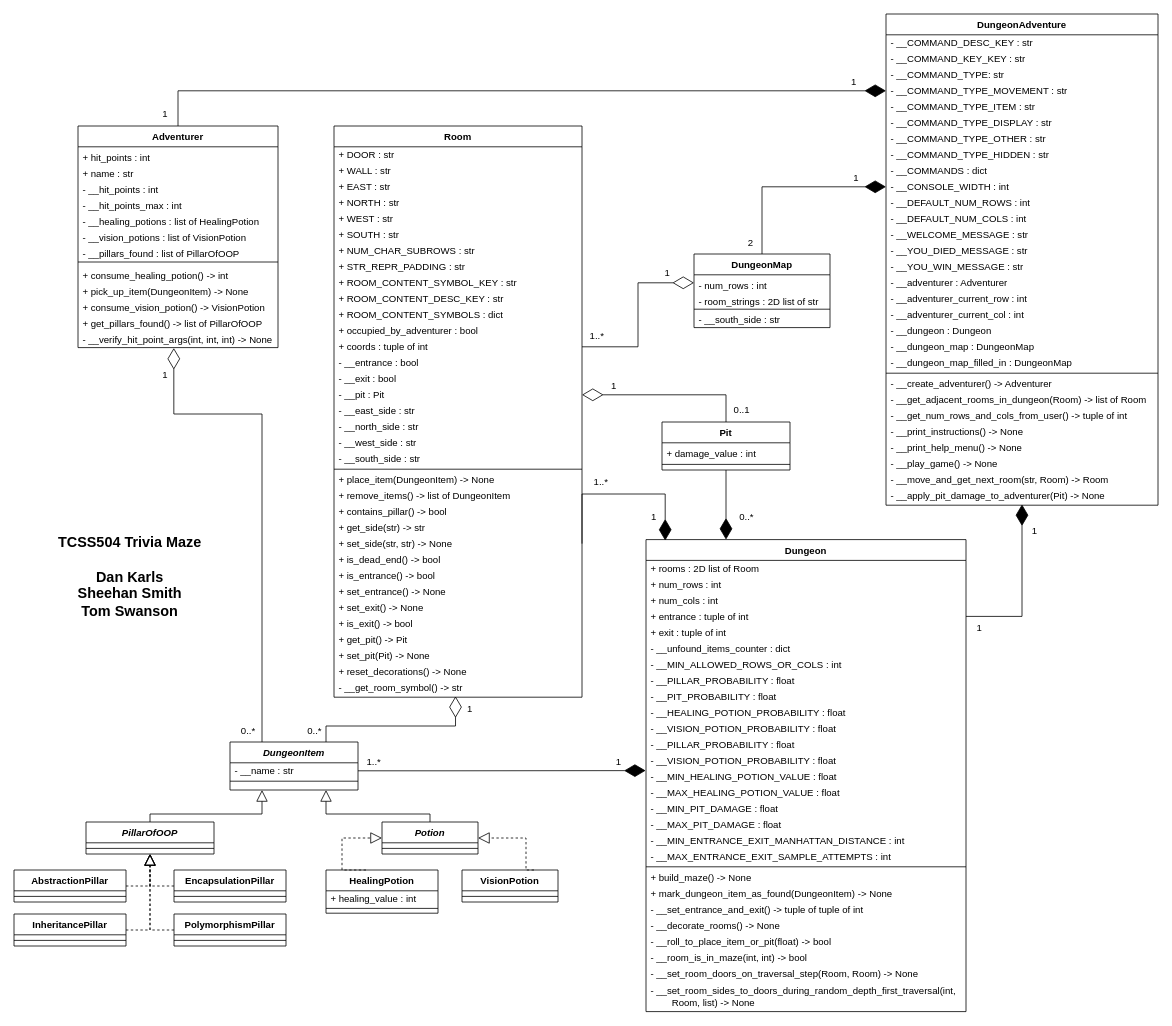
Earlier version of the draw.io diagram doc/UML.drawio (dskarls/TCSS504-Trivia-Maze). Source tidied: cells renumbered, new cells numbered last; positions are measured from the earlier drawing's top-left corner, leaving out a move shared by most shapes. Both pictures are drawn from the tidied source at 80%, with x=0, y=0 at pixel (14, 14).
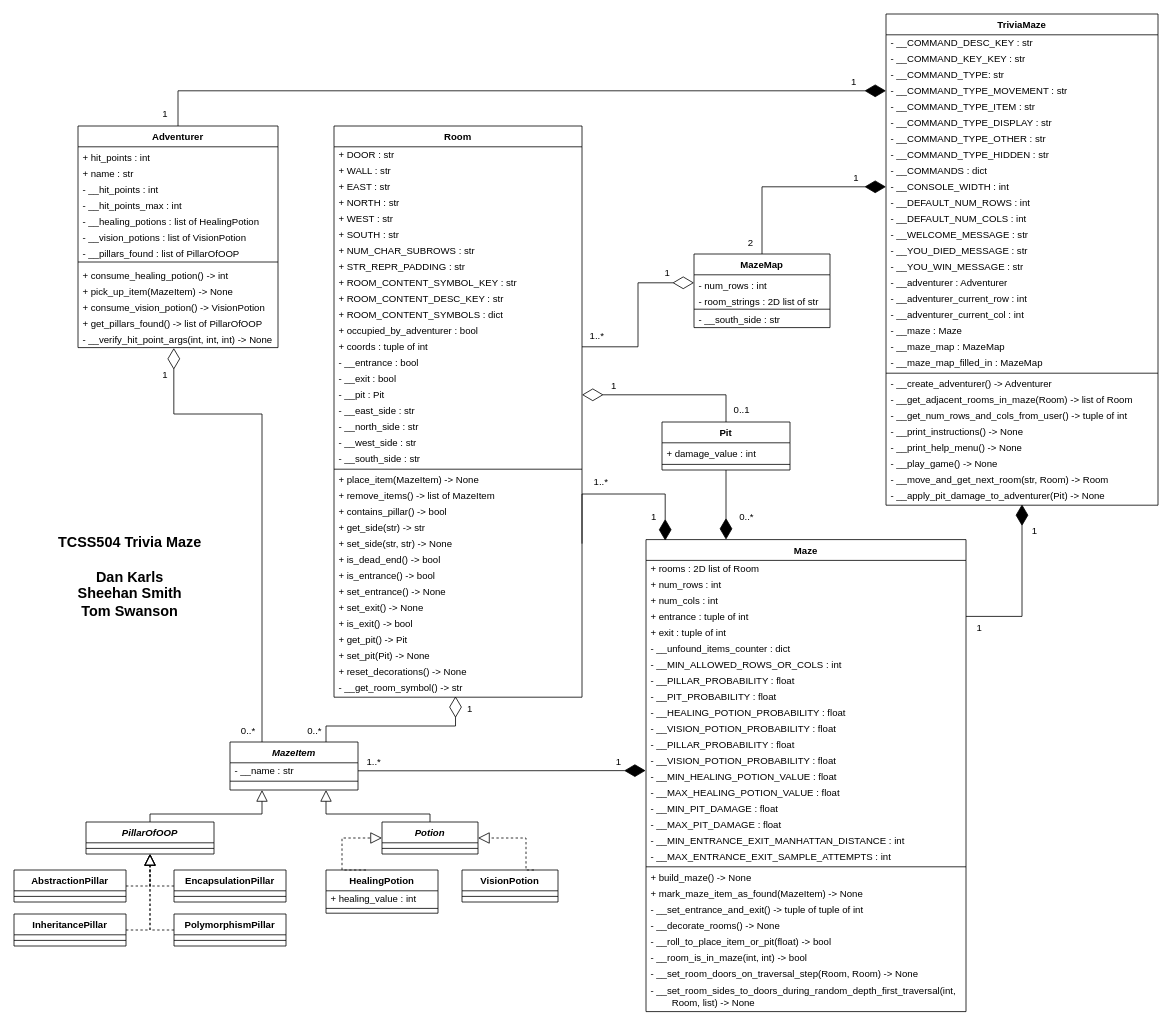
The same page after the edit.

Commit message:
DOC: Update "dungeon" -> "maze" in UML

Unchanged cells that the change refers to:
```xml
<mxCell id="60" value="Room" style="swimlane;fontStyle=1;align=center;verticalAlign=top;horizontal=1;startSize=26;" parent="1" vertex="1">
  <mxGeometry x="400" y="140" width="310" height="714" as="geometry" />
</mxCell>
<mxCell id="98" value="Adventurer" style="swimlane;fontStyle=1;align=center;verticalAlign=top;horizontal=1;startSize=26;fontFamily=Helvetica;fontSize=12;" parent="1" vertex="1">
  <mxGeometry x="80" y="140" width="250" height="277" as="geometry" />
</mxCell>
```

The edit, as a diff of the source:
```diff
@@
-    <mxCell id="2" value="DungeonItem" style="swimlane;fontStyle=3;align=center;verticalAlign=top;horizontal=1;startSize=26;rounded=0;shadow=0;strokeWidth=1;" parent="1" vertex="1">
+    <mxCell id="2" value="MazeItem" style="swimlane;fontStyle=3;align=center;verticalAlign=top;horizontal=1;startSize=26;rounded=0;shadow=0;strokeWidth=1;" parent="1" vertex="1">
       <mxGeometry x="270" y="910" width="160" height="60" as="geometry" />
     </mxCell>
@@
-    <mxCell id="26" value="Dungeon" style="swimlane;fontStyle=1;align=center;verticalAlign=top;horizontal=1;startSize=26;" parent="1" vertex="1">
+    <mxCell id="26" value="Maze" style="swimlane;fontStyle=1;align=center;verticalAlign=top;horizontal=1;startSize=26;" parent="1" vertex="1">
       <mxGeometry x="790" y="657" width="400" height="590" as="geometry" />
     </mxCell>
@@
-    <mxCell id="48" value="+ mark_dungeon_item_as_found(DungeonItem) -&gt; None" style="text;strokeColor=none;fillColor=none;align=left;verticalAlign=middle;spacingLeft=4;spacingRight=4;overflow=hidden;" parent="26" vertex="1">
+    <mxCell id="48" value="+ mark_maze_item_as_found(MazeItem) -&gt; None" style="text;strokeColor=none;fillColor=none;align=left;verticalAlign=middle;spacingLeft=4;spacingRight=4;overflow=hidden;" parent="26" vertex="1">
       <mxGeometry y="432" width="400" height="20" as="geometry" />
     </mxCell>
@@
-    <mxCell id="82" value="+ place_item(DungeonItem) -&gt; None" style="text;strokeColor=none;fillColor=none;align=left;verticalAlign=middle;spacingLeft=4;spacingRight=4;overflow=hidden;" parent="60" vertex="1">
+    <mxCell id="82" value="+ place_item(MazeItem) -&gt; None" style="text;strokeColor=none;fillColor=none;align=left;verticalAlign=middle;spacingLeft=4;spacingRight=4;overflow=hidden;" parent="60" vertex="1">
       <mxGeometry y="432" width="310" height="20" as="geometry" />
     </mxCell>
-    <mxCell id="83" value="+ remove_items() -&gt; list of DungeonItem" style="text;strokeColor=none;fillColor=none;align=left;verticalAlign=middle;spacingLeft=4;spacingRight=4;overflow=hidden;" parent="60" vertex="1">
+    <mxCell id="83" value="+ remove_items() -&gt; list of MazeItem" style="text;strokeColor=none;fillColor=none;align=left;verticalAlign=middle;spacingLeft=4;spacingRight=4;overflow=hidden;" parent="60" vertex="1">
       <mxGeometry y="452" width="310" height="20" as="geometry" />
     </mxCell>
@@
-    <mxCell id="108" value="+ pick_up_item(DungeonItem) -&gt; None" style="text;strokeColor=none;fillColor=none;align=left;verticalAlign=top;spacingLeft=4;spacingRight=4;overflow=hidden;fontFamily=Helvetica;fontSize=12;" parent="98" vertex="1">
+    <mxCell id="108" value="+ pick_up_item(MazeItem) -&gt; None" style="text;strokeColor=none;fillColor=none;align=left;verticalAlign=top;spacingLeft=4;spacingRight=4;overflow=hidden;fontFamily=Helvetica;fontSize=12;" parent="98" vertex="1">
       <mxGeometry y="194" width="250" height="20" as="geometry" />
     </mxCell>
@@
-    <mxCell id="118" value="DungeonMap" style="swimlane;fontStyle=1;align=center;verticalAlign=top;horizontal=1;startSize=26;fontFamily=Helvetica;fontSize=12;" parent="1" vertex="1">
+    <mxCell id="118" value="MazeMap" style="swimlane;fontStyle=1;align=center;verticalAlign=top;horizontal=1;startSize=26;fontFamily=Helvetica;fontSize=12;" parent="1" vertex="1">
       <mxGeometry x="850" y="300" width="170" height="92" as="geometry" />
     </mxCell>
@@
-    <mxCell id="124" value="DungeonAdventure" style="swimlane;fontStyle=1;align=center;verticalAlign=top;horizontal=1;startSize=26;" parent="1" vertex="1">
+    <mxCell id="124" value="TriviaMaze" style="swimlane;fontStyle=1;align=center;verticalAlign=top;horizontal=1;startSize=26;" parent="1" vertex="1">
       <mxGeometry x="1090" width="340" height="614" as="geometry" />
     </mxCell>
@@
-    <mxCell id="143" value="- __dungeon : Dungeon" style="text;strokeColor=none;fillColor=none;align=left;verticalAlign=middle;spacingLeft=4;spacingRight=4;overflow=hidden;" parent="124" vertex="1">
+    <mxCell id="143" value="- __maze : Maze" style="text;strokeColor=none;fillColor=none;align=left;verticalAlign=middle;spacingLeft=4;spacingRight=4;overflow=hidden;" parent="124" vertex="1">
       <mxGeometry y="386" width="340" height="20" as="geometry" />
     </mxCell>
-    <mxCell id="144" value="- __dungeon_map : DungeonMap" style="text;strokeColor=none;fillColor=none;align=left;verticalAlign=middle;spacingLeft=4;spacingRight=4;overflow=hidden;" parent="124" vertex="1">
+    <mxCell id="144" value="- __maze_map : MazeMap" style="text;strokeColor=none;fillColor=none;align=left;verticalAlign=middle;spacingLeft=4;spacingRight=4;overflow=hidden;" parent="124" vertex="1">
       <mxGeometry y="406" width="340" height="20" as="geometry" />
     </mxCell>
-    <mxCell id="145" value="- __dungeon_map_filled_in : DungeonMap" style="text;strokeColor=none;fillColor=none;align=left;verticalAlign=middle;spacingLeft=4;spacingRight=4;overflow=hidden;" parent="124" vertex="1">
+    <mxCell id="145" value="- __maze_map_filled_in : MazeMap" style="text;strokeColor=none;fillColor=none;align=left;verticalAlign=middle;spacingLeft=4;spacingRight=4;overflow=hidden;" parent="124" vertex="1">
       <mxGeometry y="426" width="340" height="20" as="geometry" />
     </mxCell>
@@
-    <mxCell id="148" value="- __get_adjacent_rooms_in_dungeon(Room) -&gt; list of Room" style="text;strokeColor=none;fillColor=none;align=left;verticalAlign=middle;spacingLeft=4;spacingRight=4;overflow=hidden;" parent="124" vertex="1">
+    <mxCell id="148" value="- __get_adjacent_rooms_in_maze(Room) -&gt; list of Room" style="text;strokeColor=none;fillColor=none;align=left;verticalAlign=middle;spacingLeft=4;spacingRight=4;overflow=hidden;" parent="124" vertex="1">
       <mxGeometry y="472" width="340" height="20" as="geometry" />
     </mxCell>
```
